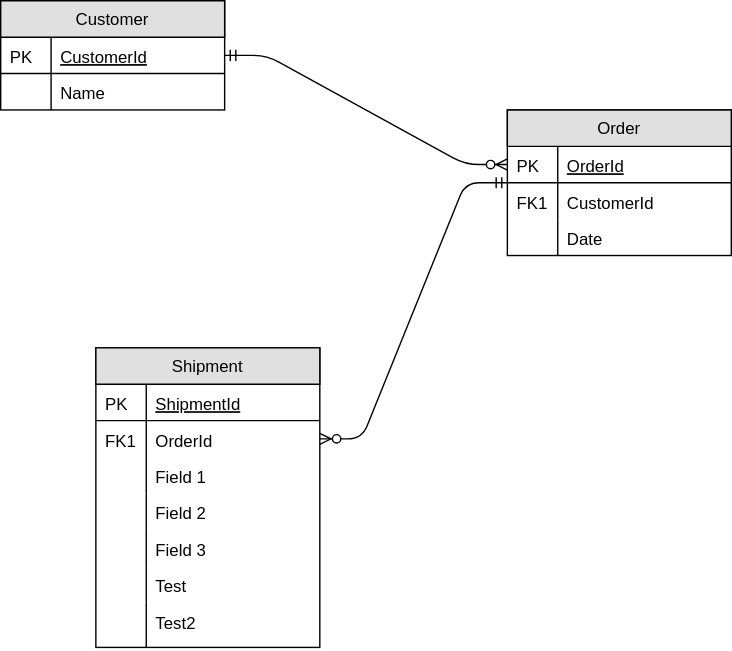
Earlier version of the draw.io export images/schema.svg (alderg/sandbox). Source tidied: cells renumbered, new cells last; positions are measured from the earlier drawing's top-left corner, leaving out a move shared by most shapes.
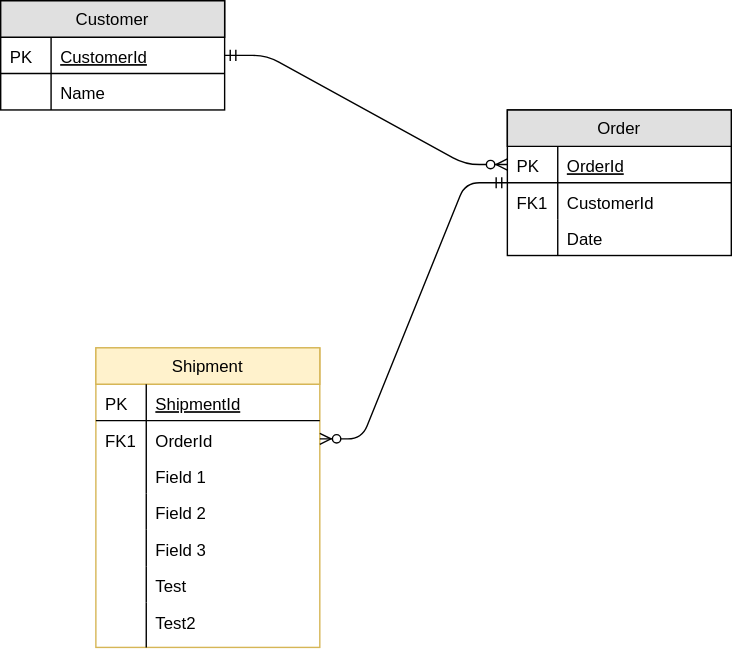
After the commit.

Diff of the diagram source:
```diff
@@ -41,7 +41,7 @@
     <mxCell id="14" style="edgeStyle=entityRelationEdgeStyle;endArrow=ERzeroToMany;startArrow=ERmandOne;shadow=0;strokeWidth=1;" parent="1" edge="1" source="3" target="8">
       <mxGeometry relative="1" as="geometry" />
     </mxCell>
-    <mxCell id="15" value="Shipment" style="swimlane;fontStyle=0;horizontal=1;startSize=26;fillColor=#e0e0e0;swimlaneFillColor=#ffffff;rounded=0;shadow=0;strokeWidth=1;" parent="1" vertex="1">
+    <mxCell id="15" value="Shipment" style="swimlane;fontStyle=0;horizontal=1;startSize=26;fillColor=#fff2cc;swimlaneFillColor=#ffffff;rounded=0;shadow=0;strokeWidth=1;strokeColor=#d6b656;" parent="1" vertex="1">
       <mxGeometry x="68" y="248" width="160" height="214" as="geometry" />
     </mxCell>
     <mxCell id="16" value="ShipmentId" style="shape=partialRectangle;top=0;left=0;right=0;bottom=1;align=left;verticalAlign=top;fillColor=none;spacingLeft=40;spacingRight=4;overflow=hidden;rounded=0;shadow=0;strokeWidth=1;fontStyle=4;" parent="15" vertex="1">
```
